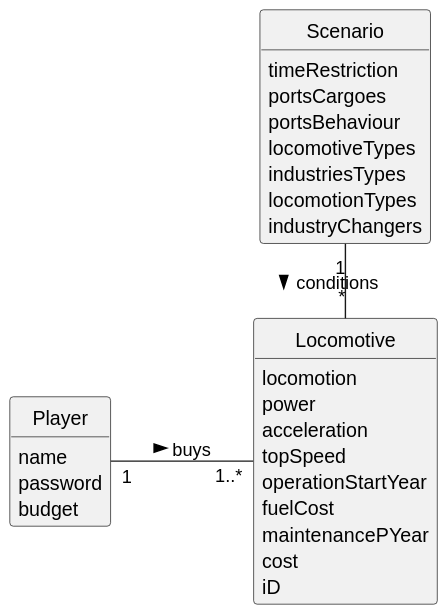
The PlantUML diagram Sprint2/US009/02.analysis/svg/US009-DM.svg in 1240935/pi2-railway-simulator, before a commit.
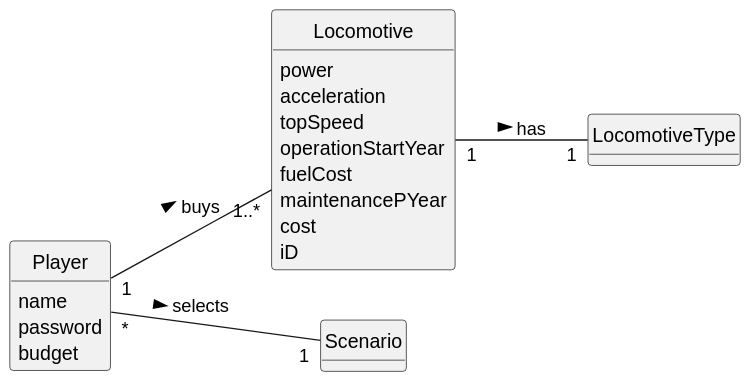
Later version of the same file.

Change to the diagram source:
```diff
@@ -9,7 +9,6 @@
 left to right direction
 
 class Locomotive {
-    locomotion
     power
     acceleration
     topSpeed
@@ -20,6 +19,9 @@
     iD
 }
 
+class LocomotiveType{
+}
+
 class Player {
     name
     password
@@ -28,15 +30,9 @@
 
 
 class Scenario {
-    timeRestriction
-    portsCargoes
-    portsBehaviour
-    locomotiveTypes
-    industriesTypes
-    locomotionTypes
-    industryChangers
 }
 
-Scenario "1" - "*" Locomotive: conditions >
+Player "*" -- "1" Scenario : selects >
 Player "1" -- "1..*" Locomotive: buys  >
+Locomotive "1" -- "1" LocomotiveType: has >
 @enduml
```
